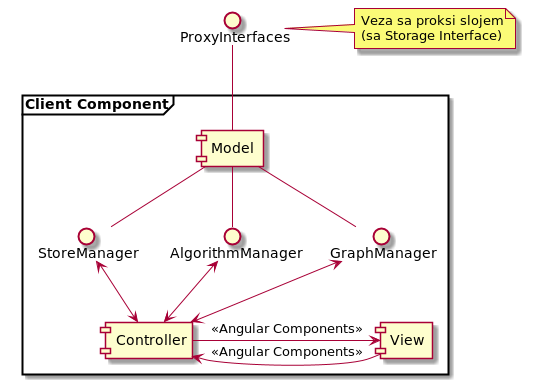
lazarljubenovic/grafaro keeps this PlantUML diagram as docs/architecture/img/client-component.png. Above is the earlier version. Its diagram source:
```plantuml
@startuml

interface ProxyInterfaces

note right of ProxyInterfaces : Veza sa proksi slojem\n(sa Storage Interface)

frame "Client Component" {
  [Model]



  Model -up- ProxyInterfaces

  Model -down- GraphManager
  Model -down- AlgorithmManager
  Model -down- StoreManager

  [Controller]

  Controller <-up-> GraphManager
  Controller <-up-> AlgorithmManager
  Controller <-up-> StoreManager

  [View]

  View <-left- Controller : <<Angular Components>>
  View -left-> Controller : <<Angular Components>>
}


@enduml
```
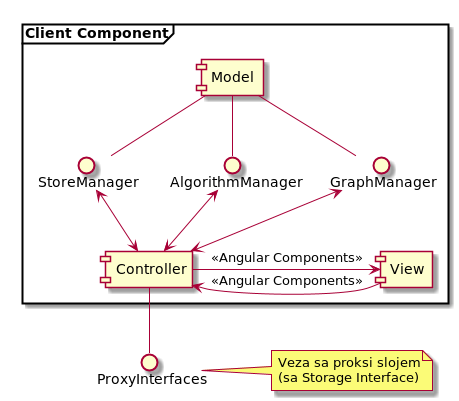
The same diagram one commit later.

Change to the diagram source:
```diff
@@ -9,7 +9,6 @@
 
 
 
-  Model -up- ProxyInterfaces
 
   Model -down- GraphManager
   Model -down- AlgorithmManager
@@ -17,6 +16,7 @@
 
   [Controller]
 
+  Controller -- ProxyInterfaces
   Controller <-up-> GraphManager
   Controller <-up-> AlgorithmManager
   Controller <-up-> StoreManager
```
